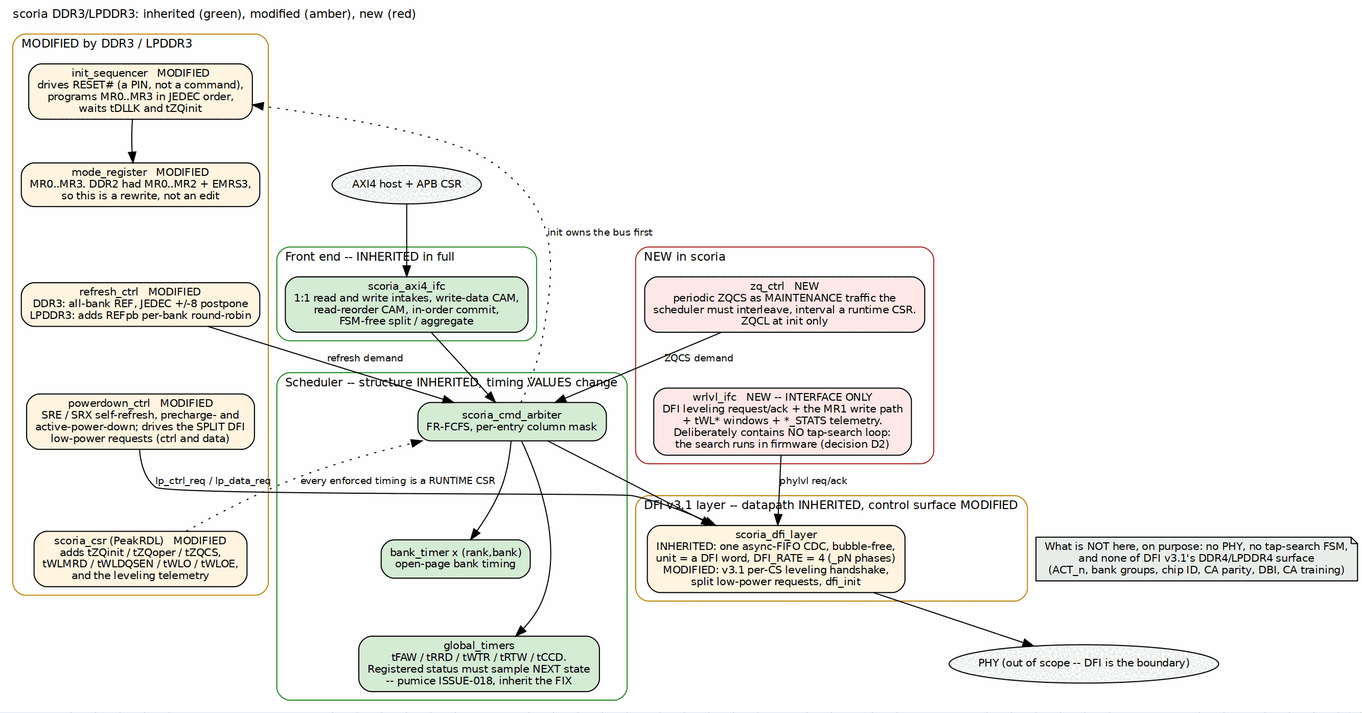
The Graphviz diagram projects/components/mem-ctrl-ip/scoria-ddr3-lpddr3/docs/scoria_has/assets/graphviz/01_block_diagram.png in sean-galloway/RTLDesignSherpa, before a commit. Its source is kept beside it as projects/components/mem-ctrl-ip/scoria-ddr3-lpddr3/docs/scoria_has/assets/graphviz/01_block_diagram.dot. Source of this version:
```dot
digraph scoria_blocks {
    graph [rankdir=TB, fontname="Helvetica", fontsize=11, nodesep=0.3, ranksep=0.55,
           label="scoria DDR3/LPDDR3: inherited (green), modified (amber), new (red)", labelloc=t, labeljust=l];
    node  [fontname="Helvetica", fontsize=10, shape=box, style="rounded,filled"];
    edge  [fontname="Helvetica", fontsize=9];

    host [label="AXI4 host + APB CSR", shape=ellipse, fillcolor="#f4f4f4"];

    subgraph cluster_fe {
        label="Front end -- INHERITED in full"; style="rounded"; color="#228B22";
        axi [label="scoria_axi4_ifc\n1:1 read and write intakes, write-data CAM,\nread-reorder CAM, in-order commit,\nFSM-free split / aggregate", fillcolor="#d5ecd5"];
    }

    subgraph cluster_sched {
        label="Scheduler -- structure INHERITED, timing VALUES change"; style="rounded"; color="#228B22";
        arb  [label="scoria_cmd_arbiter\nFR-FCFS, per-entry column mask", fillcolor="#d5ecd5"];
        bt   [label="bank_timer x (rank,bank)\nopen-page bank timing", fillcolor="#d5ecd5"];
        gt   [label="global_timers\ntFAW / tRRD / tWTR / tRTW / tCCD.\nRegistered status must sample NEXT state\n-- pumice ISSUE-018, inherit the FIX", fillcolor="#d5ecd5"];
        arb -> bt; arb -> gt;
    }

    subgraph cluster_mod {
        label="MODIFIED by DDR3 / LPDDR3"; style="rounded"; color="#B8860B";
        init [label="init_sequencer   MODIFIED\ndrives RESET# (a PIN, not a command),\nprograms MR0..MR3 in JEDEC order,\nwaits tDLLK and tZQinit", fillcolor="#fff4e0"];
        mr   [label="mode_register   MODIFIED\nMR0..MR3. DDR2 had MR0..MR2 + EMRS3,\nso this is a rewrite, not an edit", fillcolor="#fff4e0"];
        ref  [label="refresh_ctrl   MODIFIED\nDDR3: all-bank REF, JEDEC +/-8 postpone\nLPDDR3: adds REFpb per-bank round-robin", fillcolor="#fff4e0"];
        pd   [label="powerdown_ctrl   MODIFIED\nSRE / SRX self-refresh, precharge- and\nactive-power-down; drives the SPLIT DFI\nlow-power requests (ctrl and data)", fillcolor="#fff4e0"];
        csr  [label="scoria_csr (PeakRDL)   MODIFIED\nadds tZQinit / tZQoper / tZQCS,\ntWLMRD / tWLDQSEN / tWLO / tWLOE,\nand the leveling telemetry", fillcolor="#fff4e0"];
    }

    subgraph cluster_new {
        label="NEW in scoria"; style="rounded"; color="#B22222";
        zq   [label="zq_ctrl   NEW\nperiodic ZQCS as MAINTENANCE traffic the\nscheduler must interleave, interval a runtime CSR.\nZQCL at init only", fillcolor="#ffe8e8"];
        wl   [label="wrlvl_ifc   NEW -- INTERFACE ONLY\nDFI leveling request/ack + the MR1 write path\n+ tWL* windows + *_STATS telemetry.\nDeliberately contains NO tap-search loop:\nthe search runs in firmware (decision D2)", fillcolor="#ffe8e8"];
    }

    subgraph cluster_dfi {
        label="DFI v3.1 layer -- datapath INHERITED, control surface MODIFIED"; style="rounded"; color="#B8860B";
        dfi [label="scoria_dfi_layer\nINHERITED: one async-FIFO CDC, bubble-free,\nunit = a DFI word, DFI_RATE = 4 (_pN phases)\nMODIFIED: v3.1 per-CS leveling handshake,\nsplit low-power requests, dfi_init", fillcolor="#fff4e0"];
    }

    phy [label="PHY (out of scope -- DFI is the boundary)", shape=ellipse, fillcolor="#f4f4f4"];

    host -> axi; axi -> arb;
    arb -> init [style=dotted, label="init owns the bus first"];
    init -> mr;
    ref -> arb [label="refresh demand"];
    zq  -> arb [label="ZQCS demand"];
    pd  -> dfi [label="lp_ctrl_req / lp_data_req"];
    wl  -> dfi [label="phylvl req/ack"];
    csr -> arb [style=dotted, label="every enforced timing is a RUNTIME CSR"];
    arb -> dfi; dfi -> phy;

    init -> mr [style=invis]; mr -> ref [style=invis];
    ref -> pd [style=invis]; pd -> csr [style=invis];
    zq -> wl [style=invis];
    bt -> gt [style=invis];

    note [label="What is NOT here, on purpose: no PHY, no tap-search FSM,\nand none of DFI v3.1's DDR4/LPDDR4 surface\n(ACT_n, bank groups, chip ID, CA parity, DBI, CA training)", shape=note, fillcolor="#f0f0f0"];
    note -> phy [style=invis];
}
```
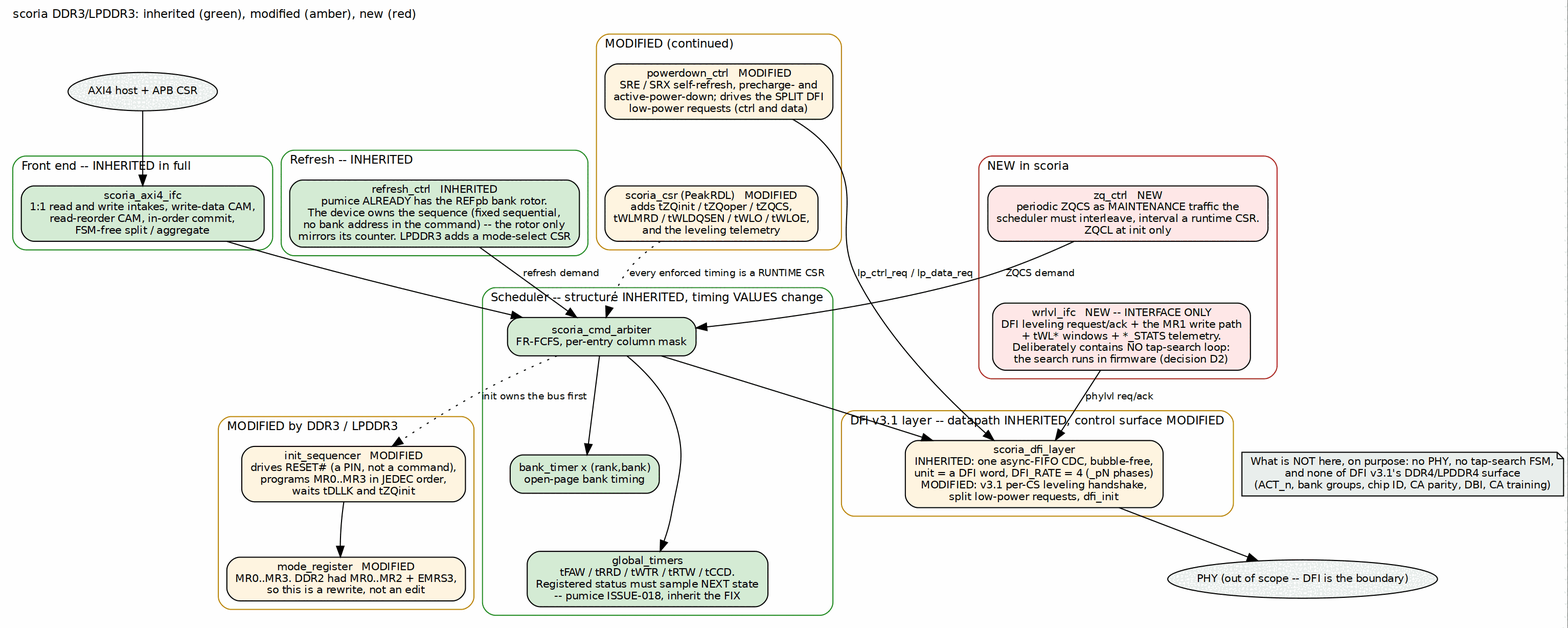
The same file after the commit.

Change to the diagram source:
```diff
@@ -23,7 +23,13 @@
         label="MODIFIED by DDR3 / LPDDR3"; style="rounded"; color="#B8860B";
         init [label="init_sequencer   MODIFIED\ndrives RESET# (a PIN, not a command),\nprograms MR0..MR3 in JEDEC order,\nwaits tDLLK and tZQinit", fillcolor="#fff4e0"];
         mr   [label="mode_register   MODIFIED\nMR0..MR3. DDR2 had MR0..MR2 + EMRS3,\nso this is a rewrite, not an edit", fillcolor="#fff4e0"];
-        ref  [label="refresh_ctrl   MODIFIED\nDDR3: all-bank REF, JEDEC +/-8 postpone\nLPDDR3: adds REFpb per-bank round-robin", fillcolor="#fff4e0"];
+    }
+    subgraph cluster_ref {
+        label="Refresh -- INHERITED"; style="rounded"; color="#228B22";
+        ref  [label="refresh_ctrl   INHERITED\npumice ALREADY has the REFpb bank rotor.\nThe device owns the sequence (fixed sequential,\nno bank address in the command) -- the rotor only\nmirrors its counter. LPDDR3 adds a mode-select CSR", fillcolor="#d5ecd5"];
+    }
+    subgraph cluster_mod2 {
+        label="MODIFIED (continued)"; style="rounded"; color="#B8860B";
         pd   [label="powerdown_ctrl   MODIFIED\nSRE / SRX self-refresh, precharge- and\nactive-power-down; drives the SPLIT DFI\nlow-power requests (ctrl and data)", fillcolor="#fff4e0"];
         csr  [label="scoria_csr (PeakRDL)   MODIFIED\nadds tZQinit / tZQoper / tZQCS,\ntWLMRD / tWLDQSEN / tWLO / tWLOE,\nand the leveling telemetry", fillcolor="#fff4e0"];
     }
@@ -51,8 +57,9 @@
     csr -> arb [style=dotted, label="every enforced timing is a RUNTIME CSR"];
     arb -> dfi; dfi -> phy;
 
-    init -> mr [style=invis]; mr -> ref [style=invis];
-    ref -> pd [style=invis]; pd -> csr [style=invis];
+    init -> mr [style=invis]; mr -> ref [style=invis]; ref -> pd [style=invis];
+    pd -> csr [style=invis];
+    csr -> zq [style=invis];
     zq -> wl [style=invis];
     bt -> gt [style=invis];
 
```
